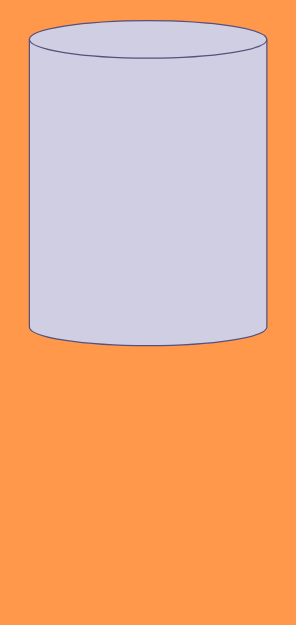
Yaozongbin0828/UMLetDraw keeps this draw.io diagram as Oracle.drawio. Above is the earlier version. Source tidied: cells renumbered, new cells numbered last; positions are measured from the earlier drawing's top-left corner, leaving out a move shared by most shapes. Both pictures are drawn from the tidied source at 125%, with x=0, y=0 at pixel (29, 20).
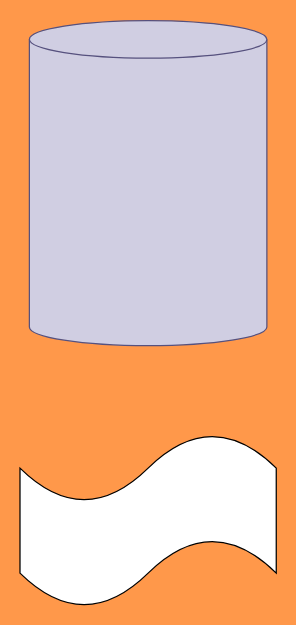
After the change.

What changed in the source:
```diff
@@
 <mxGraphModel background="#FF984A">
   <root>
     <mxCell id="0" />
     <mxCell id="1" parent="0" />
     <mxCell id="2" style="shape=cylinder3;whiteSpace=wrap;html=1;boundedLbl=1;backgroundOutline=1;size=15;fillColor=#d0cee2;strokeColor=#56517e;" parent="1" vertex="1">
       <mxGeometry width="190" height="260" as="geometry" />
     </mxCell>
+    <mxCell id="3" style="shape=tape;whiteSpace=wrap;html=1;" parent="1" vertex="1">
+      <mxGeometry x="-7.5" y="330" width="205" height="140" as="geometry" />
+    </mxCell>
   </root>
 </mxGraphModel>
```
